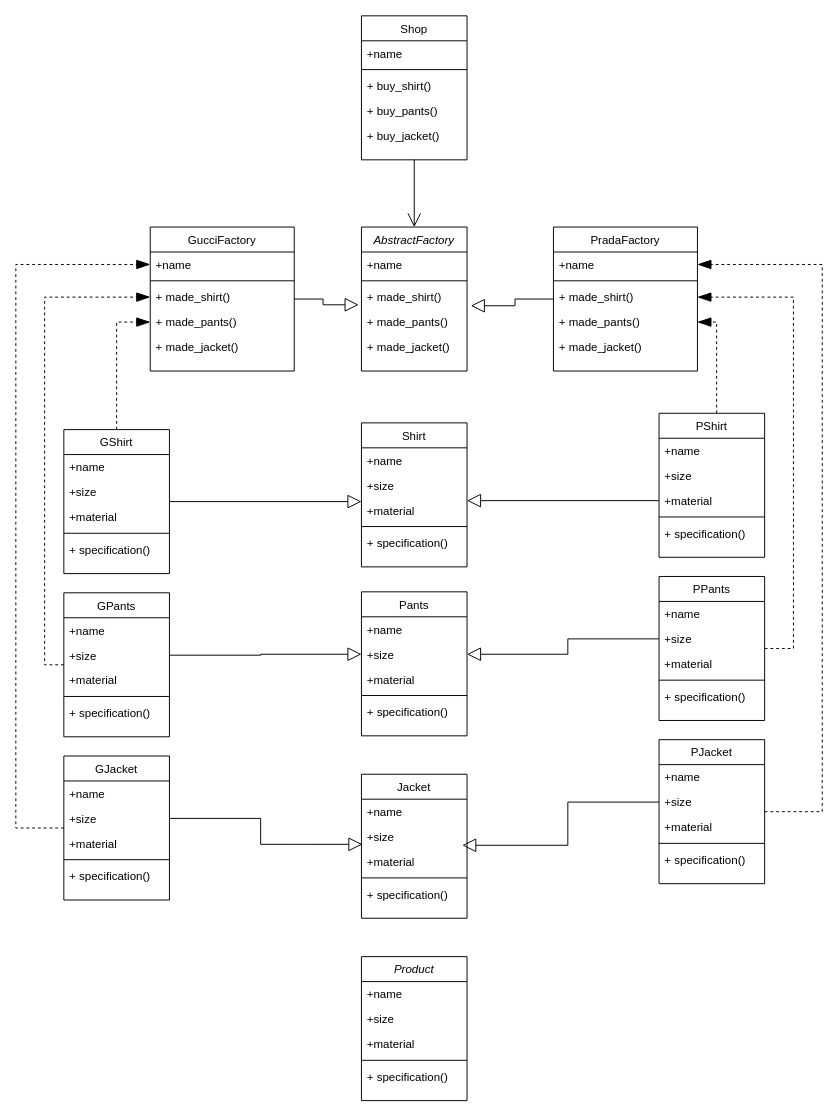
Above: abstract_factory_UML.drawio in cookArehere/patterns (draw.io), before the change. Source tidied: cells renumbered, new cells numbered last; positions are measured from the earlier drawing's top-left corner, leaving out a move shared by most shapes. Both pictures are drawn from the tidied source at 96%, with x=0, y=0 at pixel (15, 15).
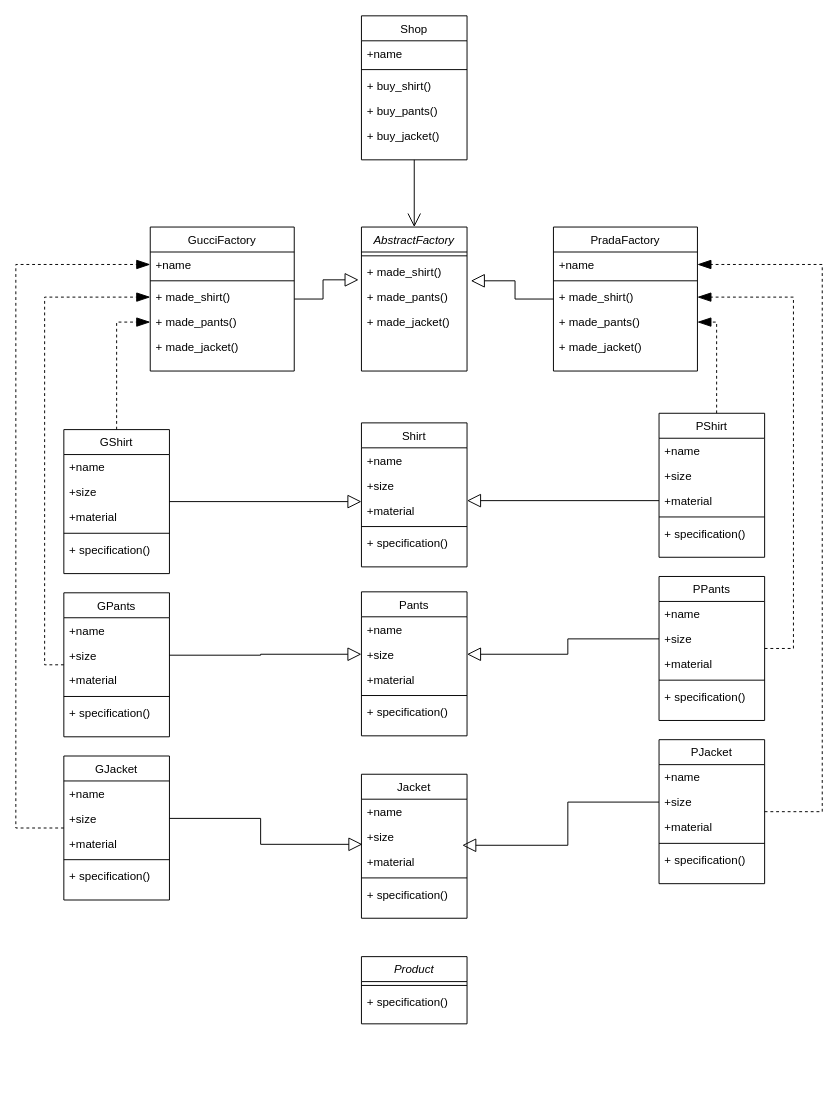
After the change.

The change refers to these unchanged cells:
```xml
<mxCell id="2" value="AbstractFactory" style="swimlane;fontStyle=2;align=center;verticalAlign=top;horizontal=1;startSize=26;rounded=0;shadow=0;strokeWidth=1;" parent="1" vertex="1">
  <mxGeometry x="360" y="220" width="110" height="150" as="geometry" />
</mxCell>
```

What changed in the source:
```diff
@@
-    <mxCell id="3" value="+name" style="text;align=left;verticalAlign=top;spacingLeft=4;spacingRight=4;overflow=hidden;" parent="2" vertex="1">
-      <mxGeometry y="26" width="110" height="26" as="geometry" />
-    </mxCell>
     <mxCell id="4" style="line;html=1;strokeWidth=1;align=left;verticalAlign=middle;spacingTop=-1;spacingLeft=3;spacingRight=3;labelPosition=right;" parent="2" vertex="1">
-      <mxGeometry y="52" width="110" height="8" as="geometry" />
+      <mxGeometry y="26" width="110" height="8" as="geometry" />
     </mxCell>
     <mxCell id="5" value="+ made_shirt()" style="text;align=left;verticalAlign=top;spacingLeft=4;spacingRight=4;overflow=hidden;points=[[0,0.5],[1,0.5]];portConstraint=eastwest;" parent="2" vertex="1">
-      <mxGeometry y="60" width="110" height="26" as="geometry" />
+      <mxGeometry y="34" width="110" height="26" as="geometry" />
     </mxCell>
     <mxCell id="6" value="+ made_pants()" style="text;align=left;verticalAlign=top;spacingLeft=4;spacingRight=4;overflow=hidden;points=[[0,0.5],[1,0.5]];portConstraint=eastwest;" parent="2" vertex="1">
-      <mxGeometry y="86" width="110" height="26" as="geometry" />
+      <mxGeometry y="60" width="110" height="26" as="geometry" />
     </mxCell>
     <mxCell id="7" value="+ made_jacket()" style="text;align=left;verticalAlign=top;spacingLeft=4;spacingRight=4;overflow=hidden;" parent="2" vertex="1">
-      <mxGeometry y="112" width="110" height="26" as="geometry" />
+      <mxGeometry y="86" width="110" height="26" as="geometry" />
     </mxCell>
     <mxCell id="8" value="Product" style="swimlane;fontStyle=2;align=center;verticalAlign=top;horizontal=1;startSize=26;rounded=0;shadow=0;strokeWidth=1;" parent="1" vertex="1">
-      <mxGeometry x="360" y="980" width="110" height="150" as="geometry" />
+      <mxGeometry x="360" y="980" width="110" height="70" as="geometry" />
     </mxCell>
-    <mxCell id="9" value="+name" style="text;align=left;verticalAlign=top;spacingLeft=4;spacingRight=4;overflow=hidden;" parent="8" vertex="1">
-      <mxGeometry y="26" width="110" height="26" as="geometry" />
-    </mxCell>
-    <mxCell id="10" value="+size" style="text;align=left;verticalAlign=top;spacingLeft=4;spacingRight=4;overflow=hidden;" parent="8" vertex="1">
-      <mxGeometry y="52" width="110" height="26" as="geometry" />
-    </mxCell>
-    <mxCell id="11" value="+material" style="text;align=left;verticalAlign=top;spacingLeft=4;spacingRight=4;overflow=hidden;" parent="8" vertex="1">
-      <mxGeometry y="78" width="110" height="26" as="geometry" />
-    </mxCell>
     <mxCell id="12" style="line;html=1;strokeWidth=1;align=left;verticalAlign=middle;spacingTop=-1;spacingLeft=3;spacingRight=3;labelPosition=right;" parent="8" vertex="1">
-      <mxGeometry y="104" width="110" height="8" as="geometry" />
+      <mxGeometry y="26" width="110" height="8" as="geometry" />
     </mxCell>
     <mxCell id="13" value="+ specification()" style="text;align=left;verticalAlign=top;spacingLeft=4;spacingRight=4;overflow=hidden;" parent="8" vertex="1">
-      <mxGeometry y="112" width="110" height="26" as="geometry" />
+      <mxGeometry y="34" width="110" height="26" as="geometry" />
     </mxCell>
```
